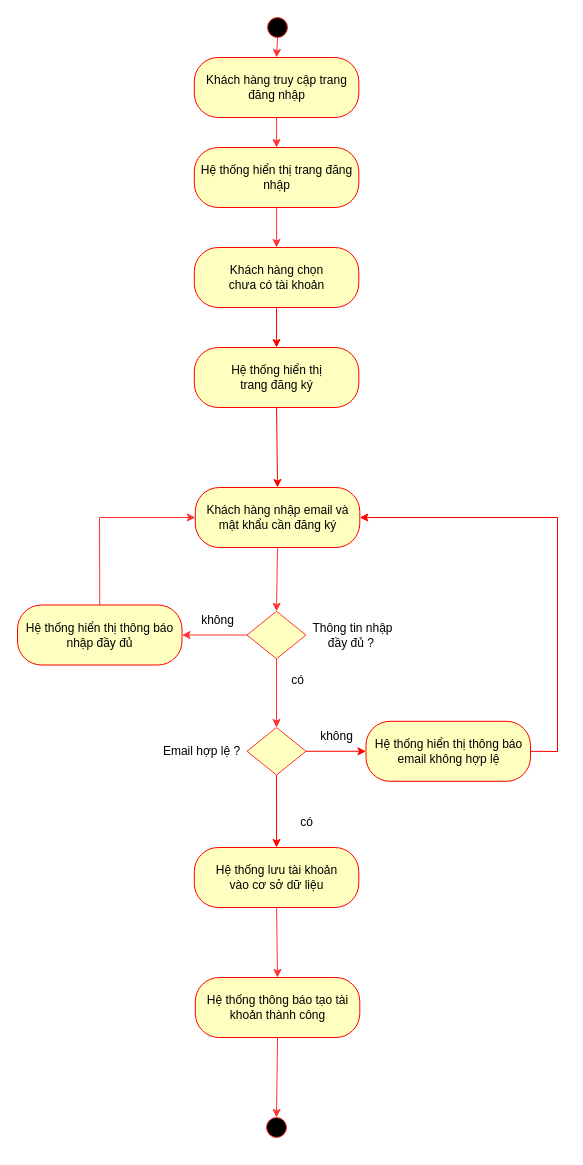
This is Nam3_HK1/CNPM_SoftTech/Activity Diagrams/Quân Huỳnh/AD_ĐăngKý.drawio from EdgarIgnite16/SGU-Course, a draw.io file, before an edit. Source tidied: cells renumbered, new cells numbered last; positions are measured from the earlier drawing's top-left corner, leaving out a move shared by most shapes. Both pictures are drawn from the tidied source at 100%, with x=0, y=0 at pixel (17, 17).
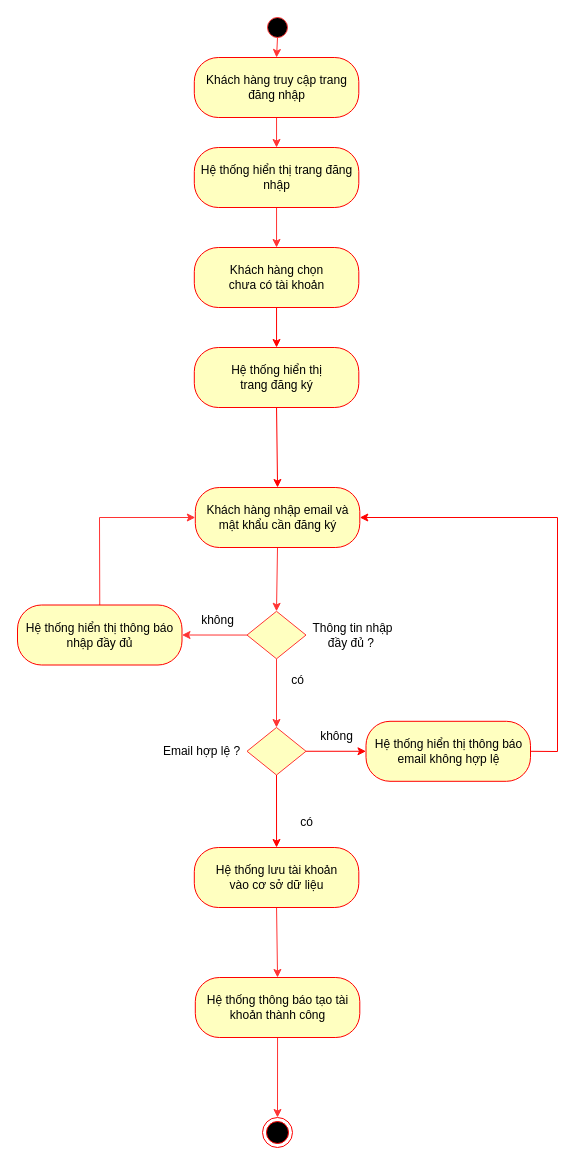
The same page after the edit.

The change refers to these unchanged cells:
```xml
<mxCell id="34" value="Hệ thống thông báo tạo tài khoản thành công" style="rounded=1;whiteSpace=wrap;html=1;arcSize=40;fontColor=#000000;fillColor=#ffffc0;strokeColor=#ff0000;" parent="1" vertex="1">
  <mxGeometry x="177.8" y="960" width="164.5" height="60" as="geometry" />
</mxCell>
```

What changed in the source:
```diff
@@
-    <mxCell id="10" style="endArrow=classic;html=1;rounded=0;exitX=0.5;exitY=1;exitDx=0;exitDy=0;strokeColor=#FF3333;fillColor=#fff2cc;" parent="1" edge="1" source="34">
-      <mxGeometry relative="1" as="geometry">
-        <mxPoint x="259" y="1100" as="targetPoint" />
-      </mxGeometry>
+    <mxCell id="10" style="endArrow=classic;html=1;rounded=0;exitX=0.5;exitY=1;exitDx=0;exitDy=0;strokeColor=#FF3333;fillColor=#fff2cc;" parent="1" edge="1" source="34" target="35">
+      <mxGeometry relative="1" as="geometry" />
     </mxCell>
-    <mxCell id="11" style="ellipse;whiteSpace=wrap;html=1;fillColor=#000000;strokeColor=#FF3333;" parent="1" vertex="1">
-      <mxGeometry x="249" y="1100" width="20" height="20" as="geometry" />
-    </mxCell>
@@
+    <mxCell id="35" style="ellipse;html=1;shape=endState;fillColor=#000000;strokeColor=#ff0000;" parent="1" vertex="1">
+      <mxGeometry x="245" y="1100" width="30" height="30" as="geometry" />
+    </mxCell>
```
